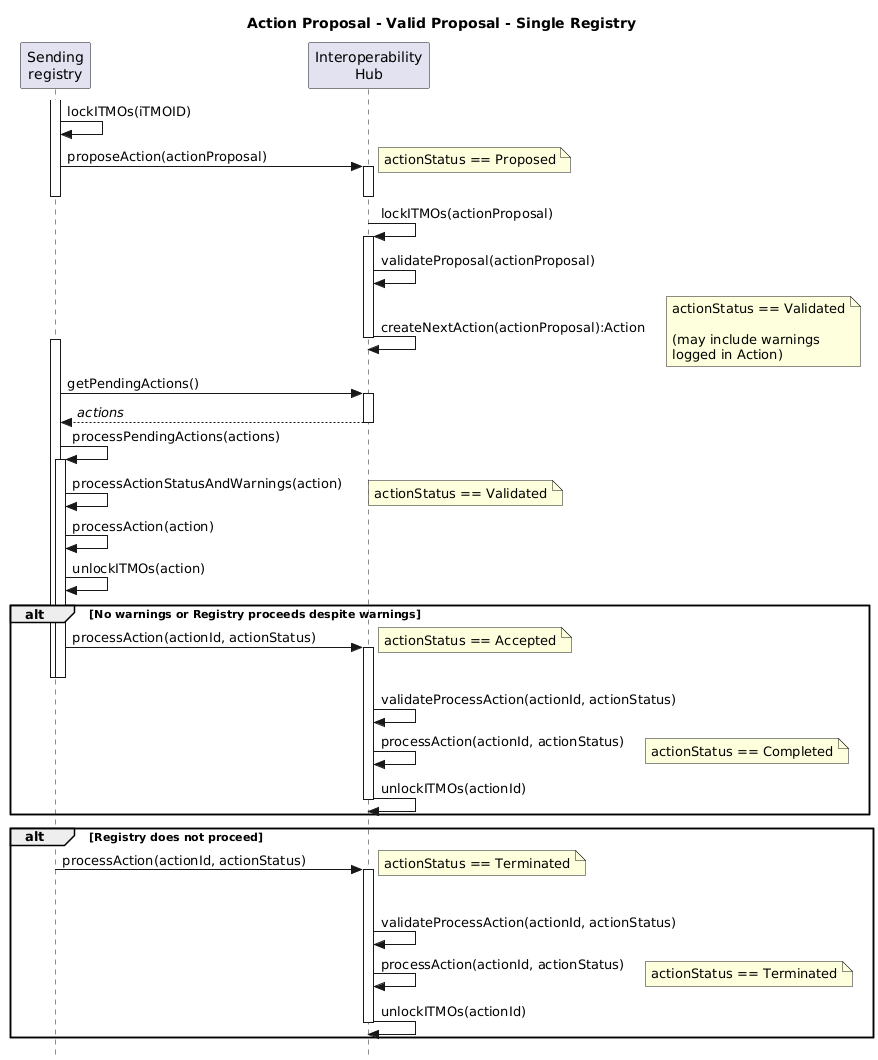
Above: diagrams/actionProposal_Valid_SingleReg_Sequence.png in frankcnng/CARP (PlantUML), before the change. The source it was exported from:
```plantuml
@startuml actionProposal_Valid_SingleReg_Sequence

title Action Proposal - Valid Proposal - Single Registry

skinparam style strictuml

participant "Sending\nregistry" as Sender
participant "Interoperability\nHub" as Hub

activate Sender
Sender -> Sender: lockITMOs(iTMOID)
Sender -> Hub++ : proposeAction(actionProposal)
note right: actionStatus == Proposed
deactivate Hub
deactivate Sender

Hub -> Hub++: lockITMOs(actionProposal)

Hub -> Hub: validateProposal(actionProposal)
Hub -> Hub--: createNextAction(actionProposal):Action
note right: actionStatus == Validated\n\n(may include warnings\nlogged in Action)

activate Sender
Sender -> Hub++ : getPendingActions()
Sender <-- Hub--: //actions//

Sender -> Sender: processPendingActions(actions)
activate Sender
Sender -> Sender: processActionStatusAndWarnings(action)
note right: actionStatus == Validated
Sender -> Sender: processAction(action)
Sender -> Sender: unlockITMOs(action)

alt No warnings or Registry proceeds despite warnings

  Sender -> Hub++: processAction(actionId, actionStatus)
  note right: actionStatus == Accepted
  deactivate Sender
  deactivate Sender
  Hub -> Hub: validateProcessAction(actionId, actionStatus)
  Hub -> Hub: processAction(actionId, actionStatus)
  note right: actionStatus == Completed
  Hub -> Hub--: unlockITMOs(actionId)

end

alt Registry does not proceed

  activate Sender
  activate Sender
  Sender -> Hub++: processAction(actionId, actionStatus)
  note right: actionStatus == Terminated
  deactivate Sender
  deactivate Sender
  Hub -> Hub: validateProcessAction(actionId, actionStatus)
  Hub -> Hub: processAction(actionId, actionStatus)
  note right: actionStatus == Terminated
  Hub -> Hub--: unlockITMOs(actionId)

end

@enduml
```
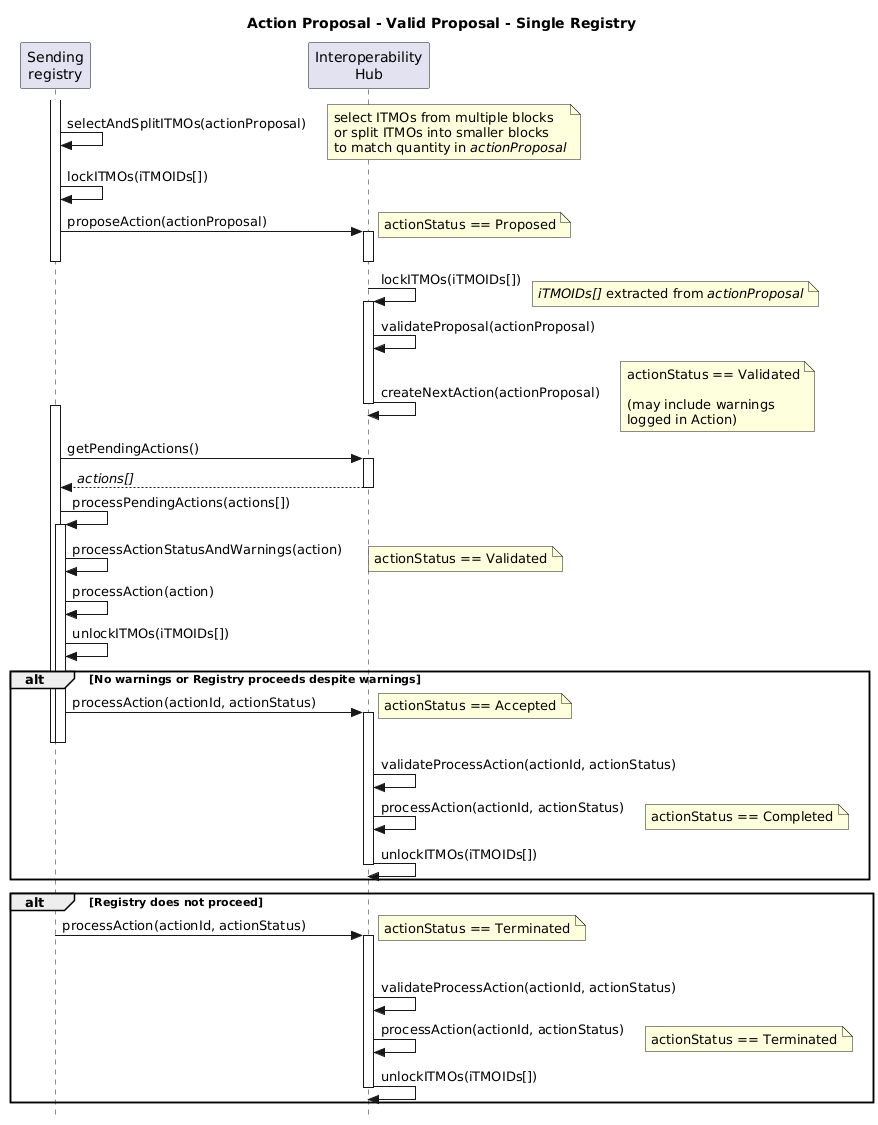
Above is the later version.

Commit message:
Commit from GitHub Actions (Run linters and build artifacts)

Diff of the diagram source:
```diff
@@ -8,28 +8,33 @@
 participant "Interoperability\nHub" as Hub
 
 activate Sender
-Sender -> Sender: lockITMOs(iTMOID)
+Sender -> Sender: selectAndSplitITMOs(actionProposal)
+note right: select ITMOs from multiple blocks\nor split ITMOs into smaller blocks\nto match quantity in //actionProposal//
+
+Sender -> Sender: lockITMOs(iTMOIDs[])
+
 Sender -> Hub++ : proposeAction(actionProposal)
 note right: actionStatus == Proposed
 deactivate Hub
 deactivate Sender
 
-Hub -> Hub++: lockITMOs(actionProposal)
+Hub -> Hub++: lockITMOs(iTMOIDs[])
+note right: //iTMOIDs[]// extracted from //actionProposal//
 
 Hub -> Hub: validateProposal(actionProposal)
-Hub -> Hub--: createNextAction(actionProposal):Action
+Hub -> Hub--: createNextAction(actionProposal)
 note right: actionStatus == Validated\n\n(may include warnings\nlogged in Action)
 
 activate Sender
 Sender -> Hub++ : getPendingActions()
-Sender <-- Hub--: //actions//
+Sender <-- Hub--: //actions[]//
 
-Sender -> Sender: processPendingActions(actions)
+Sender -> Sender: processPendingActions(actions[])
 activate Sender
 Sender -> Sender: processActionStatusAndWarnings(action)
 note right: actionStatus == Validated
 Sender -> Sender: processAction(action)
-Sender -> Sender: unlockITMOs(action)
+Sender -> Sender: unlockITMOs(iTMOIDs[])
 
 alt No warnings or Registry proceeds despite warnings
 
@@ -40,7 +45,7 @@
   Hub -> Hub: validateProcessAction(actionId, actionStatus)
   Hub -> Hub: processAction(actionId, actionStatus)
   note right: actionStatus == Completed
-  Hub -> Hub--: unlockITMOs(actionId)
+  Hub -> Hub--: unlockITMOs(iTMOIDs[])
 
 end
 
@@ -55,7 +60,7 @@
   Hub -> Hub: validateProcessAction(actionId, actionStatus)
   Hub -> Hub: processAction(actionId, actionStatus)
   note right: actionStatus == Terminated
-  Hub -> Hub--: unlockITMOs(actionId)
+  Hub -> Hub--: unlockITMOs(iTMOIDs[])
 
 end
 
```
